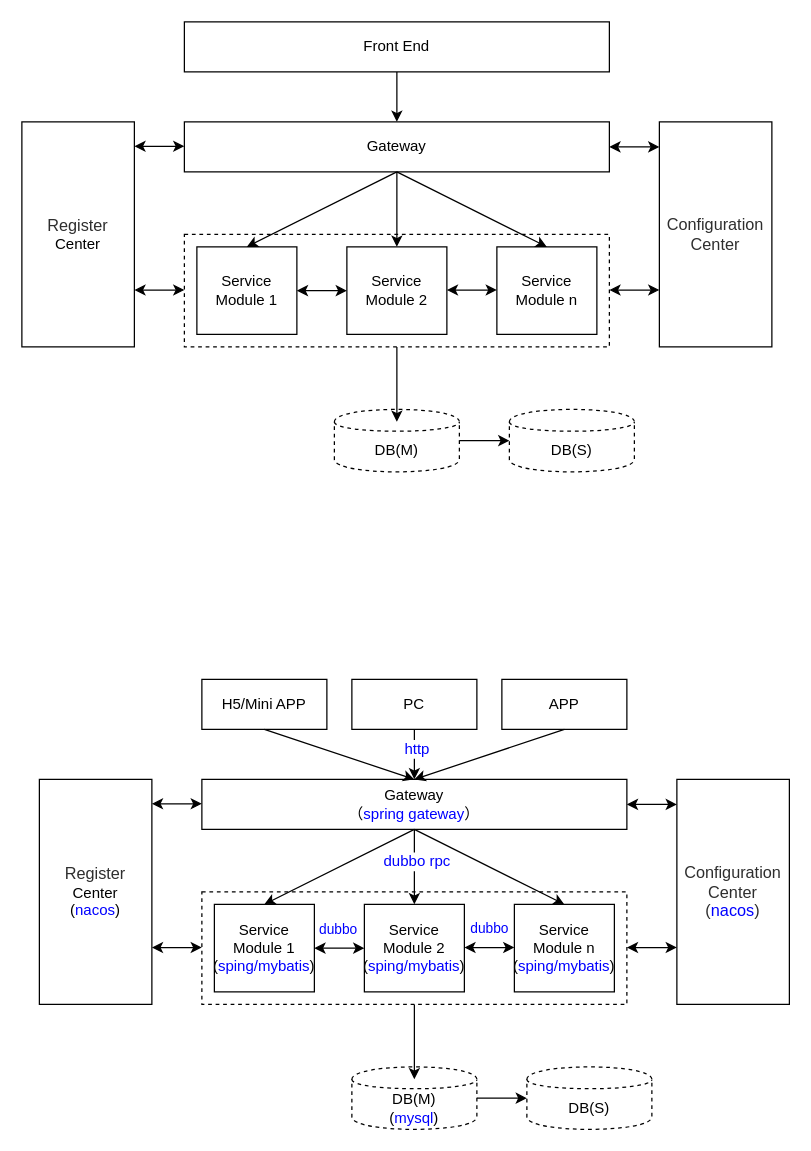
Earlier version of the draw.io diagram infar.drawio (trey03/draw). Source tidied: cells renumbered, new cells numbered last; positions are measured from the earlier drawing's top-left corner, leaving out a move shared by most shapes. Both pictures are drawn from the tidied source at 125%, with x=0, y=0 at pixel (21, 21).
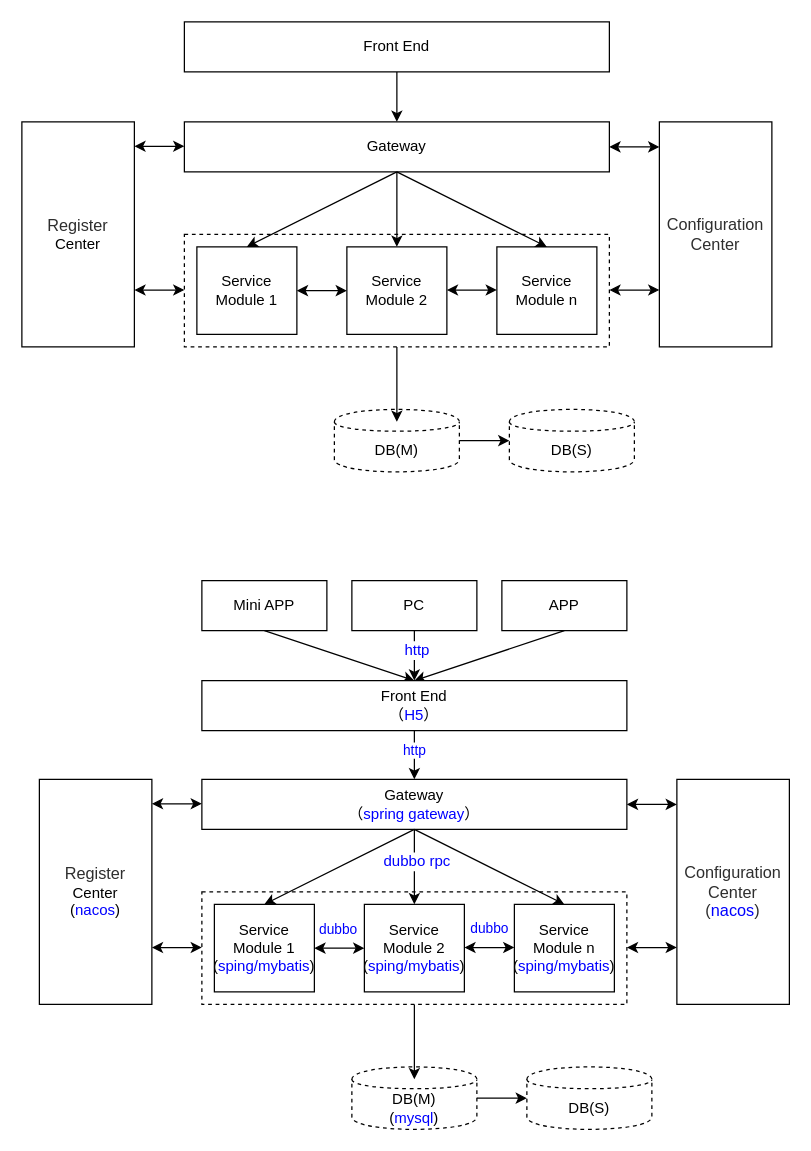
The same page after the edit.

The change refers to these unchanged cells:
```xml
<mxCell id="27" value="Gateway&lt;br&gt;（&lt;font color=&quot;#0000ff&quot;&gt;spring gateway&lt;/font&gt;）" style="rounded=0;whiteSpace=wrap;html=1;" parent="1" vertex="1">
  <mxGeometry x="144" y="606" width="340" height="40" as="geometry" />
</mxCell>
```

What changed in the source:
```diff
@@
-    <mxCell id="24" value="H5/Mini APP" style="rounded=0;whiteSpace=wrap;html=1;" parent="1" vertex="1">
-      <mxGeometry x="144" y="526" width="100" height="40" as="geometry" />
+    <mxCell id="24" value="Mini APP" style="rounded=0;whiteSpace=wrap;html=1;" parent="1" vertex="1">
+      <mxGeometry x="144" y="447" width="100" height="40" as="geometry" />
     </mxCell>
     <mxCell id="25" value="PC" style="rounded=0;whiteSpace=wrap;html=1;" parent="1" vertex="1">
-      <mxGeometry x="264" y="526" width="100" height="40" as="geometry" />
+      <mxGeometry x="264" y="447" width="100" height="40" as="geometry" />
     </mxCell>
     <mxCell id="26" value="APP" style="rounded=0;whiteSpace=wrap;html=1;" parent="1" vertex="1">
-      <mxGeometry x="384" y="526" width="100" height="40" as="geometry" />
+      <mxGeometry x="384" y="447" width="100" height="40" as="geometry" />
     </mxCell>
@@
-    <mxCell id="32" style="endArrow=classic;html=1;exitX=0.5;exitY=1;exitDx=0;exitDy=0;entryX=0.5;entryY=0;entryDx=0;entryDy=0;" parent="1" edge="1" source="24" target="27">
-      <mxGeometry relative="1" as="geometry" />
+    <mxCell id="32" style="endArrow=classic;html=1;exitX=0.5;exitY=1;exitDx=0;exitDy=0;entryX=0.5;entryY=0;entryDx=0;entryDy=0;" parent="1" edge="1" source="24">
+      <mxGeometry relative="1" as="geometry">
+        <mxPoint x="314" y="527" as="targetPoint" />
+      </mxGeometry>
     </mxCell>
-    <mxCell id="33" style="endArrow=classic;html=1;exitX=0.5;exitY=1;exitDx=0;exitDy=0;entryX=0.5;entryY=0;entryDx=0;entryDy=0;" parent="1" edge="1" source="25" target="27">
-      <mxGeometry relative="1" as="geometry" />
+    <mxCell id="33" style="endArrow=classic;html=1;exitX=0.5;exitY=1;exitDx=0;exitDy=0;entryX=0.5;entryY=0;entryDx=0;entryDy=0;" parent="1" edge="1" source="25">
+      <mxGeometry relative="1" as="geometry">
+        <mxPoint x="314" y="527" as="targetPoint" />
+      </mxGeometry>
     </mxCell>
@@
-    <mxCell id="35" style="endArrow=classic;html=1;exitX=0.5;exitY=1;exitDx=0;exitDy=0;entryX=0.5;entryY=0;entryDx=0;entryDy=0;" parent="1" edge="1" source="26" target="27">
-      <mxGeometry relative="1" as="geometry" />
+    <mxCell id="35" style="endArrow=classic;html=1;exitX=0.5;exitY=1;exitDx=0;exitDy=0;entryX=0.5;entryY=0;entryDx=0;entryDy=0;" parent="1" edge="1" source="26">
+      <mxGeometry relative="1" as="geometry">
+        <mxPoint x="314" y="527" as="targetPoint" />
+      </mxGeometry>
     </mxCell>
@@
+    <mxCell id="52" value="Front End&lt;br&gt;（&lt;font color=&quot;#0000ff&quot;&gt;H5&lt;/font&gt;）" style="rounded=0;whiteSpace=wrap;html=1;" parent="1" vertex="1">
+      <mxGeometry x="144" y="527" width="340" height="40" as="geometry" />
+    </mxCell>
+    <mxCell id="53" value="&lt;font color=&quot;#0000ff&quot;&gt;http&lt;/font&gt;" style="endArrow=classic;html=1;exitX=0.5;exitY=1;exitDx=0;exitDy=0;entryX=0.5;entryY=0;entryDx=0;entryDy=0;" parent="1" edge="1" source="52" target="27">
+      <mxGeometry x="-0.18" relative="1" as="geometry" />
+    </mxCell>
```
